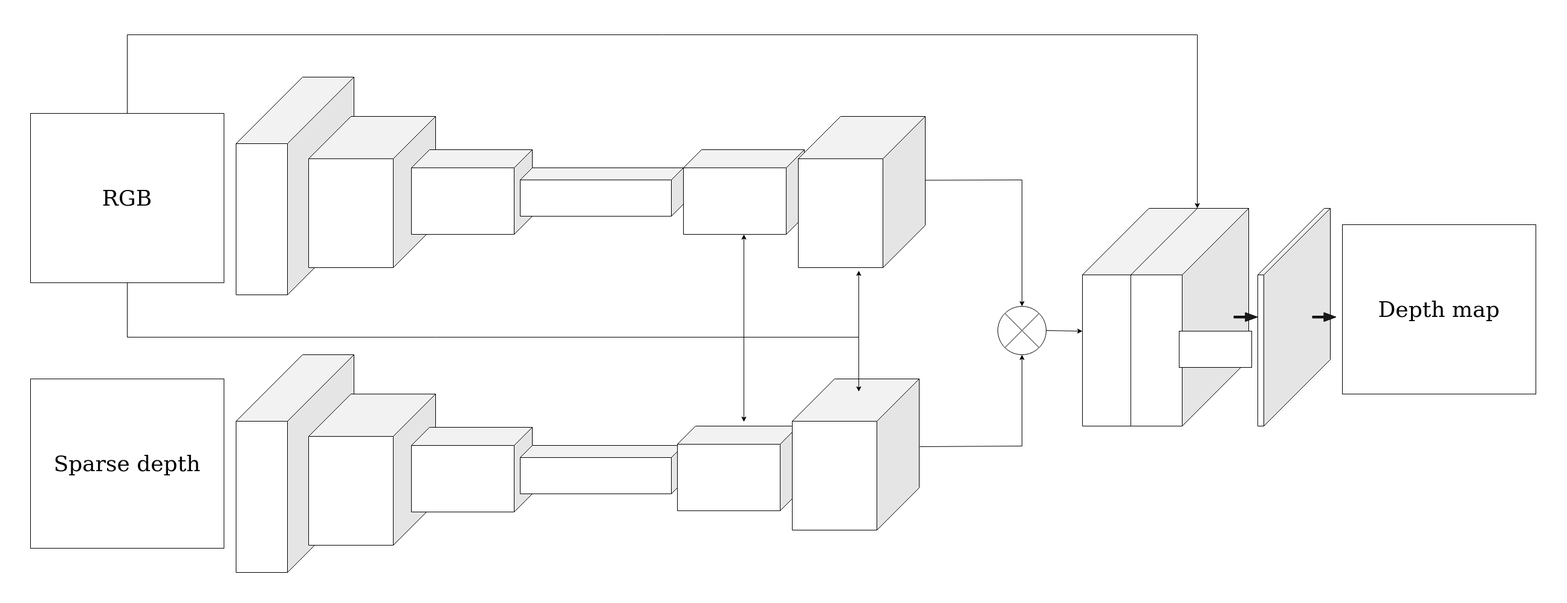
The draw.io diagram model_architecture.drawio.png in dimarapis/LightweightDepthCompletion, before a commit. Source tidied: cells renumbered, new cells last; positions are measured from the earlier drawing's top-left corner, leaving out a move shared by most shapes.
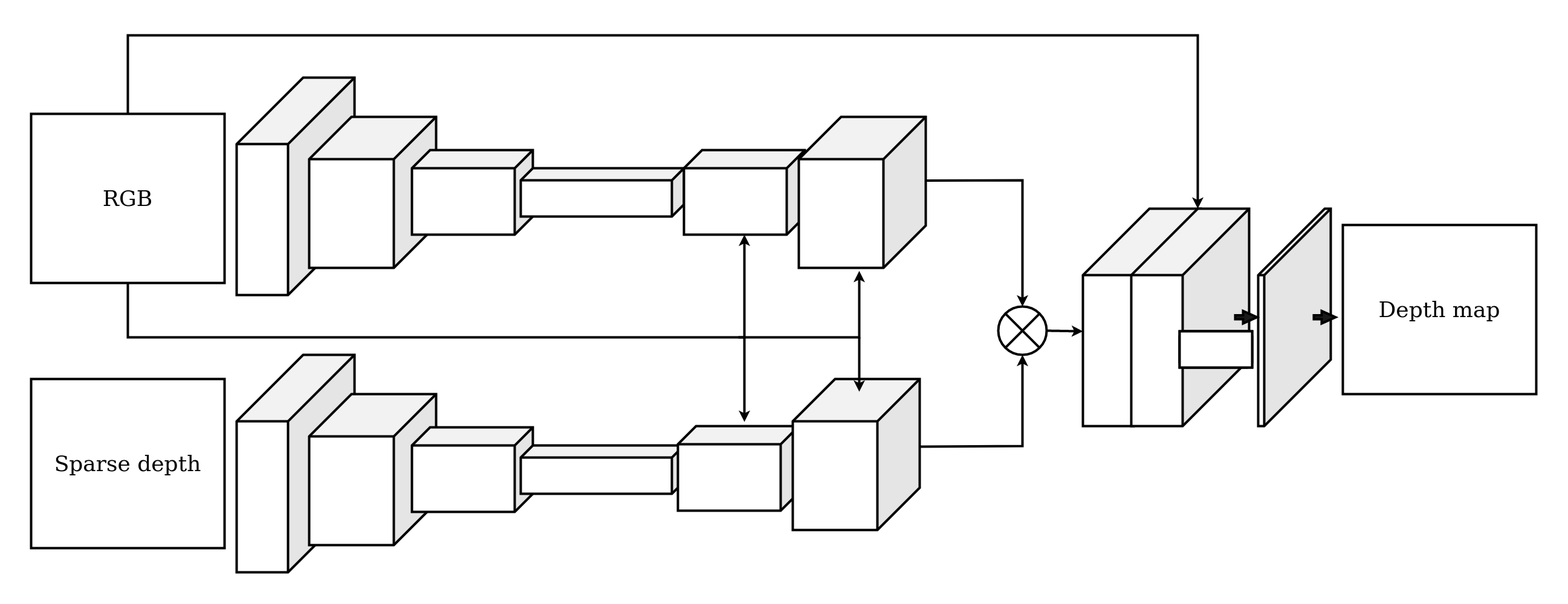
The same file after the commit.

Diff of the diagram source:
```diff
@@ -2,25 +2,25 @@
   <root>
     <mxCell id="0" />
     <mxCell id="1" parent="0" />
-    <mxCell id="2" style="shape=cube;whiteSpace=wrap;html=1;boundedLbl=1;backgroundOutline=1;darkOpacity=0.05;darkOpacity2=0.1;flipH=1;size=110;" parent="1" vertex="1">
+    <mxCell id="2" style="shape=cube;whiteSpace=wrap;html=1;boundedLbl=1;backgroundOutline=1;darkOpacity=0.05;darkOpacity2=0.1;flipH=1;size=110;strokeWidth=4;" parent="1" vertex="1">
       <mxGeometry x="340" y="70" width="195" height="360" as="geometry" />
     </mxCell>
-    <mxCell id="3" style="shape=cube;whiteSpace=wrap;html=1;boundedLbl=1;backgroundOutline=1;darkOpacity=0.05;darkOpacity2=0.1;flipH=1;size=70;" parent="1" vertex="1">
+    <mxCell id="3" style="shape=cube;whiteSpace=wrap;html=1;boundedLbl=1;backgroundOutline=1;darkOpacity=0.05;darkOpacity2=0.1;flipH=1;size=70;strokeWidth=4;" parent="1" vertex="1">
       <mxGeometry x="460" y="135" width="210" height="250" as="geometry" />
     </mxCell>
-    <mxCell id="4" style="shape=cube;whiteSpace=wrap;html=1;boundedLbl=1;backgroundOutline=1;darkOpacity=0.05;darkOpacity2=0.1;flipH=1;size=30;" parent="1" vertex="1">
+    <mxCell id="4" style="shape=cube;whiteSpace=wrap;html=1;boundedLbl=1;backgroundOutline=1;darkOpacity=0.05;darkOpacity2=0.1;flipH=1;size=30;strokeWidth=4;" parent="1" vertex="1">
       <mxGeometry x="630" y="190" width="200" height="140" as="geometry" />
     </mxCell>
-    <mxCell id="5" style="shape=cube;whiteSpace=wrap;html=1;boundedLbl=1;backgroundOutline=1;darkOpacity=0.05;darkOpacity2=0.1;flipH=1;size=20;" parent="1" vertex="1">
+    <mxCell id="5" style="shape=cube;whiteSpace=wrap;html=1;boundedLbl=1;backgroundOutline=1;darkOpacity=0.05;darkOpacity2=0.1;flipH=1;size=20;strokeWidth=4;" parent="1" vertex="1">
       <mxGeometry x="810" y="220" width="270" height="80" as="geometry" />
     </mxCell>
-    <mxCell id="6" value="&lt;div style=&quot;font-size: 36px;&quot;&gt;RGB&lt;/div&gt;" style="rounded=0;whiteSpace=wrap;html=1;" parent="1" vertex="1">
+    <mxCell id="6" value="&lt;div style=&quot;font-size: 36px;&quot;&gt;RGB&lt;/div&gt;" style="rounded=0;whiteSpace=wrap;html=1;strokeWidth=4;" parent="1" vertex="1">
       <mxGeometry y="130" width="320" height="280" as="geometry" />
     </mxCell>
-    <mxCell id="7" value="&lt;div style=&quot;font-size: 36px;&quot;&gt;Sparse depth&lt;br&gt;&lt;/div&gt;" style="rounded=0;whiteSpace=wrap;html=1;" parent="1" vertex="1">
+    <mxCell id="7" value="&lt;div style=&quot;font-size: 36px;&quot;&gt;Sparse depth&lt;br&gt;&lt;/div&gt;" style="rounded=0;whiteSpace=wrap;html=1;strokeWidth=4;" parent="1" vertex="1">
       <mxGeometry y="569" width="320" height="280" as="geometry" />
     </mxCell>
-    <mxCell id="8" style="endArrow=classic;html=1;rounded=0;fontSize=36;exitX=0.5;exitY=1;exitDx=0;exitDy=0;" parent="1" edge="1" source="6">
+    <mxCell id="8" style="endArrow=classic;html=1;rounded=0;fontSize=36;exitX=0.5;exitY=1;exitDx=0;exitDy=0;strokeWidth=4;" parent="1" edge="1" source="6">
       <mxGeometry relative="1" as="geometry">
         <mxPoint x="1180" y="330" as="targetPoint" />
         <Array as="points">
@@ -29,7 +29,7 @@
         </Array>
       </mxGeometry>
     </mxCell>
-    <mxCell id="9" style="endArrow=classic;html=1;rounded=0;fontSize=36;" parent="1" edge="1">
+    <mxCell id="9" style="endArrow=classic;html=1;rounded=0;fontSize=36;strokeWidth=4;" parent="1" edge="1">
       <mxGeometry relative="1" as="geometry">
         <mxPoint x="1170" y="500" as="sourcePoint" />
         <mxPoint x="1370" y="390" as="targetPoint" />
@@ -38,58 +38,58 @@
         </Array>
       </mxGeometry>
     </mxCell>
-    <mxCell id="10" style="shape=cube;whiteSpace=wrap;html=1;boundedLbl=1;backgroundOutline=1;darkOpacity=0.05;darkOpacity2=0.1;flipH=1;size=30;flipV=0;direction=east;" parent="1" vertex="1">
+    <mxCell id="10" style="shape=cube;whiteSpace=wrap;html=1;boundedLbl=1;backgroundOutline=1;darkOpacity=0.05;darkOpacity2=0.1;flipH=1;size=30;flipV=0;direction=east;strokeWidth=4;" parent="1" vertex="1">
       <mxGeometry x="1080" y="190" width="200" height="140" as="geometry" />
     </mxCell>
-    <mxCell id="11" style="shape=cube;whiteSpace=wrap;html=1;boundedLbl=1;backgroundOutline=1;darkOpacity=0.05;darkOpacity2=0.1;flipH=1;size=70;flipV=0;direction=east;" parent="1" vertex="1">
+    <mxCell id="11" style="shape=cube;whiteSpace=wrap;html=1;boundedLbl=1;backgroundOutline=1;darkOpacity=0.05;darkOpacity2=0.1;flipH=1;size=70;flipV=0;direction=east;strokeWidth=4;" parent="1" vertex="1">
       <mxGeometry x="1270" y="135" width="210" height="250" as="geometry" />
     </mxCell>
-    <mxCell id="12" style="shape=cube;whiteSpace=wrap;html=1;boundedLbl=1;backgroundOutline=1;darkOpacity=0.05;darkOpacity2=0.1;flipH=1;size=110;" parent="1" vertex="1">
+    <mxCell id="12" style="shape=cube;whiteSpace=wrap;html=1;boundedLbl=1;backgroundOutline=1;darkOpacity=0.05;darkOpacity2=0.1;flipH=1;size=110;strokeWidth=4;" parent="1" vertex="1">
       <mxGeometry x="1740" y="287" width="195" height="360" as="geometry" />
     </mxCell>
-    <mxCell id="13" value="&lt;div style=&quot;font-size: 36px;&quot;&gt;Depth map&lt;br&gt;&lt;/div&gt;" style="rounded=0;whiteSpace=wrap;html=1;" parent="1" vertex="1">
+    <mxCell id="13" value="&lt;div style=&quot;font-size: 36px;&quot;&gt;Depth map&lt;br&gt;&lt;/div&gt;" style="rounded=0;whiteSpace=wrap;html=1;strokeWidth=4;" parent="1" vertex="1">
       <mxGeometry x="2170" y="314" width="320" height="280" as="geometry" />
     </mxCell>
-    <mxCell id="14" style="shape=cube;whiteSpace=wrap;html=1;boundedLbl=1;backgroundOutline=1;darkOpacity=0.05;darkOpacity2=0.1;flipH=1;size=110;" parent="1" vertex="1">
+    <mxCell id="14" style="shape=cube;whiteSpace=wrap;html=1;boundedLbl=1;backgroundOutline=1;darkOpacity=0.05;darkOpacity2=0.1;flipH=1;size=110;strokeWidth=4;" parent="1" vertex="1">
       <mxGeometry x="340" y="529" width="195" height="360" as="geometry" />
     </mxCell>
-    <mxCell id="15" style="shape=cube;whiteSpace=wrap;html=1;boundedLbl=1;backgroundOutline=1;darkOpacity=0.05;darkOpacity2=0.1;flipH=1;size=70;" parent="1" vertex="1">
+    <mxCell id="15" style="shape=cube;whiteSpace=wrap;html=1;boundedLbl=1;backgroundOutline=1;darkOpacity=0.05;darkOpacity2=0.1;flipH=1;size=70;strokeWidth=4;" parent="1" vertex="1">
       <mxGeometry x="460" y="594" width="210" height="250" as="geometry" />
     </mxCell>
-    <mxCell id="16" style="shape=cube;whiteSpace=wrap;html=1;boundedLbl=1;backgroundOutline=1;darkOpacity=0.05;darkOpacity2=0.1;flipH=1;size=30;" parent="1" vertex="1">
+    <mxCell id="16" style="shape=cube;whiteSpace=wrap;html=1;boundedLbl=1;backgroundOutline=1;darkOpacity=0.05;darkOpacity2=0.1;flipH=1;size=30;strokeWidth=4;" parent="1" vertex="1">
       <mxGeometry x="630" y="649" width="200" height="140" as="geometry" />
     </mxCell>
-    <mxCell id="17" style="shape=cube;whiteSpace=wrap;html=1;boundedLbl=1;backgroundOutline=1;darkOpacity=0.05;darkOpacity2=0.1;flipH=1;size=20;" parent="1" vertex="1">
+    <mxCell id="17" style="shape=cube;whiteSpace=wrap;html=1;boundedLbl=1;backgroundOutline=1;darkOpacity=0.05;darkOpacity2=0.1;flipH=1;size=20;strokeWidth=4;" parent="1" vertex="1">
       <mxGeometry x="810" y="679" width="270" height="80" as="geometry" />
     </mxCell>
-    <mxCell id="18" style="shape=cube;whiteSpace=wrap;html=1;boundedLbl=1;backgroundOutline=1;darkOpacity=0.05;darkOpacity2=0.1;flipH=1;size=30;flipV=0;direction=east;" parent="1" vertex="1">
+    <mxCell id="18" style="shape=cube;whiteSpace=wrap;html=1;boundedLbl=1;backgroundOutline=1;darkOpacity=0.05;darkOpacity2=0.1;flipH=1;size=30;flipV=0;direction=east;strokeWidth=4;" parent="1" vertex="1">
       <mxGeometry x="1070" y="647" width="200" height="140" as="geometry" />
     </mxCell>
-    <mxCell id="19" style="shape=cube;whiteSpace=wrap;html=1;boundedLbl=1;backgroundOutline=1;darkOpacity=0.05;darkOpacity2=0.1;flipH=1;size=70;flipV=0;direction=east;" parent="1" vertex="1">
+    <mxCell id="19" style="shape=cube;whiteSpace=wrap;html=1;boundedLbl=1;backgroundOutline=1;darkOpacity=0.05;darkOpacity2=0.1;flipH=1;size=70;flipV=0;direction=east;strokeWidth=4;" parent="1" vertex="1">
       <mxGeometry x="1260" y="569" width="210" height="250" as="geometry" />
     </mxCell>
-    <mxCell id="20" style="shape=cube;whiteSpace=wrap;html=1;boundedLbl=1;backgroundOutline=1;darkOpacity=0.05;darkOpacity2=0.1;flipH=1;size=110;" parent="1" vertex="1">
+    <mxCell id="20" style="shape=cube;whiteSpace=wrap;html=1;boundedLbl=1;backgroundOutline=1;darkOpacity=0.05;darkOpacity2=0.1;flipH=1;size=110;strokeWidth=4;" parent="1" vertex="1">
       <mxGeometry x="1820" y="287" width="195" height="360" as="geometry" />
     </mxCell>
-    <mxCell id="21" style="endArrow=classic;html=1;rounded=0;fontSize=36;" parent="1" edge="1">
+    <mxCell id="21" style="endArrow=classic;html=1;rounded=0;fontSize=36;strokeWidth=4;" parent="1" edge="1">
       <mxGeometry relative="1" as="geometry">
         <mxPoint x="1180" y="500" as="sourcePoint" />
         <mxPoint x="1180" y="640" as="targetPoint" />
       </mxGeometry>
     </mxCell>
-    <mxCell id="22" style="endArrow=classic;html=1;rounded=0;fontSize=36;" parent="1" edge="1">
+    <mxCell id="22" style="endArrow=classic;html=1;rounded=0;fontSize=36;strokeWidth=4;" parent="1" edge="1">
       <mxGeometry relative="1" as="geometry">
         <mxPoint x="1370" y="500" as="sourcePoint" />
         <mxPoint x="1370" y="590" as="targetPoint" />
       </mxGeometry>
     </mxCell>
-    <mxCell id="23" style="shape=cube;whiteSpace=wrap;html=1;boundedLbl=1;backgroundOutline=1;darkOpacity=0.05;darkOpacity2=0.1;flipH=1;size=110;" parent="1" vertex="1">
+    <mxCell id="23" style="shape=cube;whiteSpace=wrap;html=1;boundedLbl=1;backgroundOutline=1;darkOpacity=0.05;darkOpacity2=0.1;flipH=1;size=110;strokeWidth=4;" parent="1" vertex="1">
       <mxGeometry x="2030" y="287" width="120" height="360" as="geometry" />
     </mxCell>
-    <mxCell id="24" style="shape=sumEllipse;perimeter=ellipsePerimeter;whiteSpace=wrap;html=1;backgroundOutline=1;fontSize=36;" parent="1" vertex="1">
+    <mxCell id="24" style="shape=sumEllipse;perimeter=ellipsePerimeter;whiteSpace=wrap;html=1;backgroundOutline=1;fontSize=36;strokeWidth=4;" parent="1" vertex="1">
       <mxGeometry x="1600" y="449" width="80" height="80" as="geometry" />
     </mxCell>
-    <mxCell id="25" style="endArrow=classic;html=1;rounded=0;fontSize=36;exitX=0.5;exitY=0;exitDx=0;exitDy=0;entryX=0;entryY=0;entryDx=85;entryDy=0;entryPerimeter=0;" parent="1" edge="1" source="6" target="20">
+    <mxCell id="25" style="endArrow=classic;html=1;rounded=0;fontSize=36;exitX=0.5;exitY=0;exitDx=0;exitDy=0;entryX=0;entryY=0;entryDx=85;entryDy=0;entryPerimeter=0;strokeWidth=4;" parent="1" edge="1" source="6" target="20">
       <mxGeometry relative="1" as="geometry">
         <Array as="points">
           <mxPoint x="160" />
@@ -97,42 +97,42 @@
         </Array>
       </mxGeometry>
     </mxCell>
-    <mxCell id="26" style="endArrow=classic;html=1;rounded=0;fontSize=36;entryX=0.5;entryY=1;entryDx=0;entryDy=0;exitX=-0.005;exitY=0.448;exitDx=0;exitDy=0;exitPerimeter=0;" parent="1" edge="1" source="19" target="24">
+    <mxCell id="26" style="endArrow=classic;html=1;rounded=0;fontSize=36;entryX=0.5;entryY=1;entryDx=0;entryDy=0;exitX=-0.005;exitY=0.448;exitDx=0;exitDy=0;exitPerimeter=0;strokeWidth=4;" parent="1" edge="1" source="19" target="24">
       <mxGeometry relative="1" as="geometry">
         <Array as="points">
           <mxPoint x="1640" y="680" />
         </Array>
       </mxGeometry>
     </mxCell>
-    <mxCell id="27" style="endArrow=classic;html=1;rounded=0;fontSize=36;entryX=0.5;entryY=0;entryDx=0;entryDy=0;exitX=0;exitY=0.422;exitDx=0;exitDy=0;exitPerimeter=0;" parent="1" edge="1" source="11" target="24">
+    <mxCell id="27" style="endArrow=classic;html=1;rounded=0;fontSize=36;entryX=0.5;entryY=0;entryDx=0;entryDy=0;exitX=0;exitY=0.422;exitDx=0;exitDy=0;exitPerimeter=0;strokeWidth=4;" parent="1" edge="1" source="11" target="24">
       <mxGeometry relative="1" as="geometry">
         <Array as="points">
           <mxPoint x="1640" y="240" />
         </Array>
       </mxGeometry>
     </mxCell>
-    <mxCell id="28" style="endArrow=classic;html=1;rounded=0;fontSize=36;exitX=1;exitY=0.5;exitDx=0;exitDy=0;entryX=1;entryY=0.564;entryDx=0;entryDy=0;entryPerimeter=0;" parent="1" edge="1" source="24" target="12">
+    <mxCell id="28" style="endArrow=classic;html=1;rounded=0;fontSize=36;exitX=1;exitY=0.5;exitDx=0;exitDy=0;entryX=1;entryY=0.564;entryDx=0;entryDy=0;entryPerimeter=0;strokeWidth=4;" parent="1" edge="1" source="24" target="12">
       <mxGeometry relative="1" as="geometry" />
     </mxCell>
-    <mxCell id="29" style="shape=flexArrow;endArrow=classic;html=1;rounded=0;fontSize=36;endWidth=10.46979865771812;endSize=6.3731543624161064;width=3.3557046979865772;fillColor=#1A1A1A;" parent="1" edge="1">
+    <mxCell id="29" style="shape=flexArrow;endArrow=classic;html=1;rounded=0;fontSize=36;endWidth=10.46979865771812;endSize=6.3731543624161064;width=3.3557046979865772;fillColor=#1A1A1A;strokeWidth=4;" parent="1" edge="1">
       <mxGeometry relative="1" as="geometry">
         <mxPoint x="1990" y="466.7" as="sourcePoint" />
         <mxPoint x="2030" y="466.7" as="targetPoint" />
       </mxGeometry>
     </mxCell>
-    <mxCell id="30" style="shape=flexArrow;endArrow=classic;html=1;rounded=0;fontSize=36;endWidth=10.46979865771812;endSize=6.3731543624161064;width=3.3557046979865772;fillColor=#1A1A1A;" parent="1" edge="1">
+    <mxCell id="30" style="shape=flexArrow;endArrow=classic;html=1;rounded=0;fontSize=36;endWidth=10.46979865771812;endSize=6.3731543624161064;width=3.3557046979865772;fillColor=#1A1A1A;strokeWidth=4;" parent="1" edge="1">
       <mxGeometry relative="1" as="geometry">
         <mxPoint x="2120" y="466.7" as="sourcePoint" />
         <mxPoint x="2160" y="466.7" as="targetPoint" />
       </mxGeometry>
     </mxCell>
-    <mxCell id="31" style="rounded=1;whiteSpace=wrap;html=1;fontSize=36;" parent="1" vertex="1">
+    <mxCell id="31" style="rounded=1;whiteSpace=wrap;html=1;fontSize=36;strokeWidth=4;" parent="1" vertex="1">
       <mxGeometry x="1900" y="490" width="120" height="60" as="geometry" />
     </mxCell>
-    <mxCell id="32" style="rounded=0;whiteSpace=wrap;html=1;fontSize=36;" parent="1" vertex="1">
+    <mxCell id="32" style="rounded=0;whiteSpace=wrap;html=1;fontSize=36;strokeWidth=4;" parent="1" vertex="1">
       <mxGeometry x="1900" y="490" width="120" height="60" as="geometry" />
     </mxCell>
-    <mxCell id="33" style="rounded=0;whiteSpace=wrap;html=1;fontSize=36;" parent="1" vertex="1">
+    <mxCell id="33" style="rounded=0;whiteSpace=wrap;html=1;fontSize=36;strokeWidth=4;" parent="1" vertex="1">
       <mxGeometry x="1900" y="490" width="120" height="60" as="geometry" />
     </mxCell>
   </root>
```
